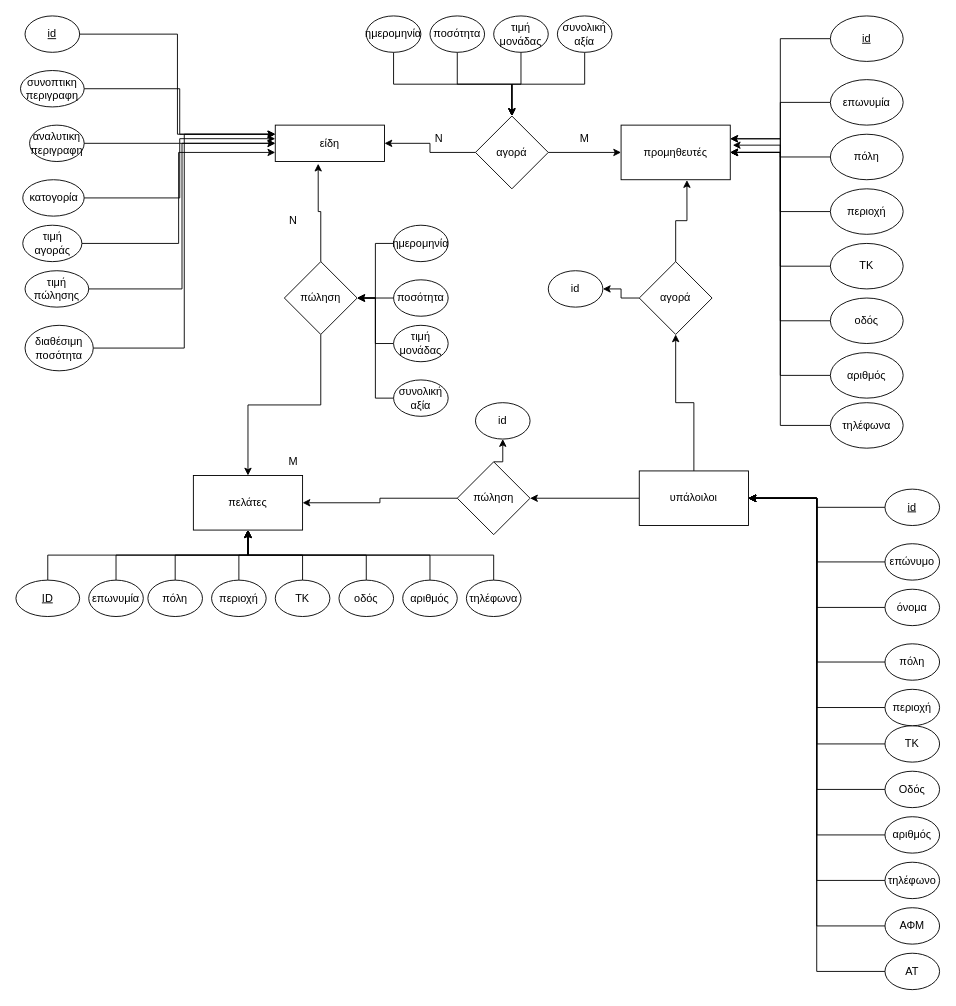
Above: Εμπορική_Επιχείρηση.drawio in DimitrisKagge/Vaseis_Dedomenon_Ergasia (draw.io), before the change. Source tidied: cells renumbered, new cells numbered last; positions are measured from the earlier drawing's top-left corner, leaving out a move shared by most shapes. Both pictures are drawn from the tidied source at 91%, with x=0, y=0 at pixel (15, 15).
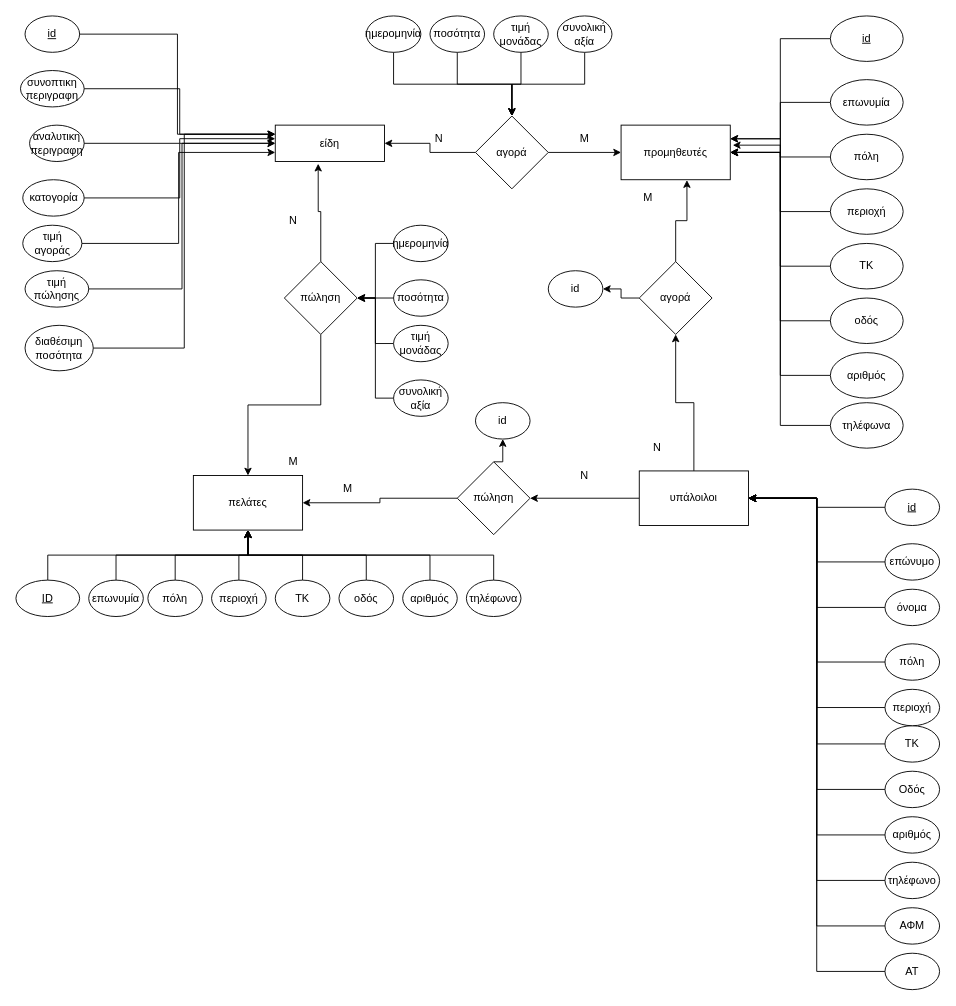
The same diagram, later.

Diff of the diagram source:
```diff
@@
+    <mxCell id="110" value="Μ" style="text;html=1;strokeColor=none;fillColor=none;align=center;verticalAlign=middle;whiteSpace=wrap;rounded=0;" parent="1" vertex="1">
+      <mxGeometry x="665" y="185" width="60" height="30" as="geometry" />
+    </mxCell>
+    <mxCell id="111" value="Μ" style="text;html=1;strokeColor=none;fillColor=none;align=center;verticalAlign=middle;whiteSpace=wrap;rounded=0;" parent="1" vertex="1">
+      <mxGeometry x="335" y="505" width="60" height="30" as="geometry" />
+    </mxCell>
+    <mxCell id="112" value="Ν" style="text;html=1;strokeColor=none;fillColor=none;align=center;verticalAlign=middle;whiteSpace=wrap;rounded=0;" parent="1" vertex="1">
+      <mxGeometry x="595" y="490" width="60" height="30" as="geometry" />
+    </mxCell>
+    <mxCell id="113" value="Ν" style="text;html=1;strokeColor=none;fillColor=none;align=center;verticalAlign=middle;whiteSpace=wrap;rounded=0;" parent="1" vertex="1">
+      <mxGeometry x="675" y="460" width="60" height="30" as="geometry" />
+    </mxCell>
```
